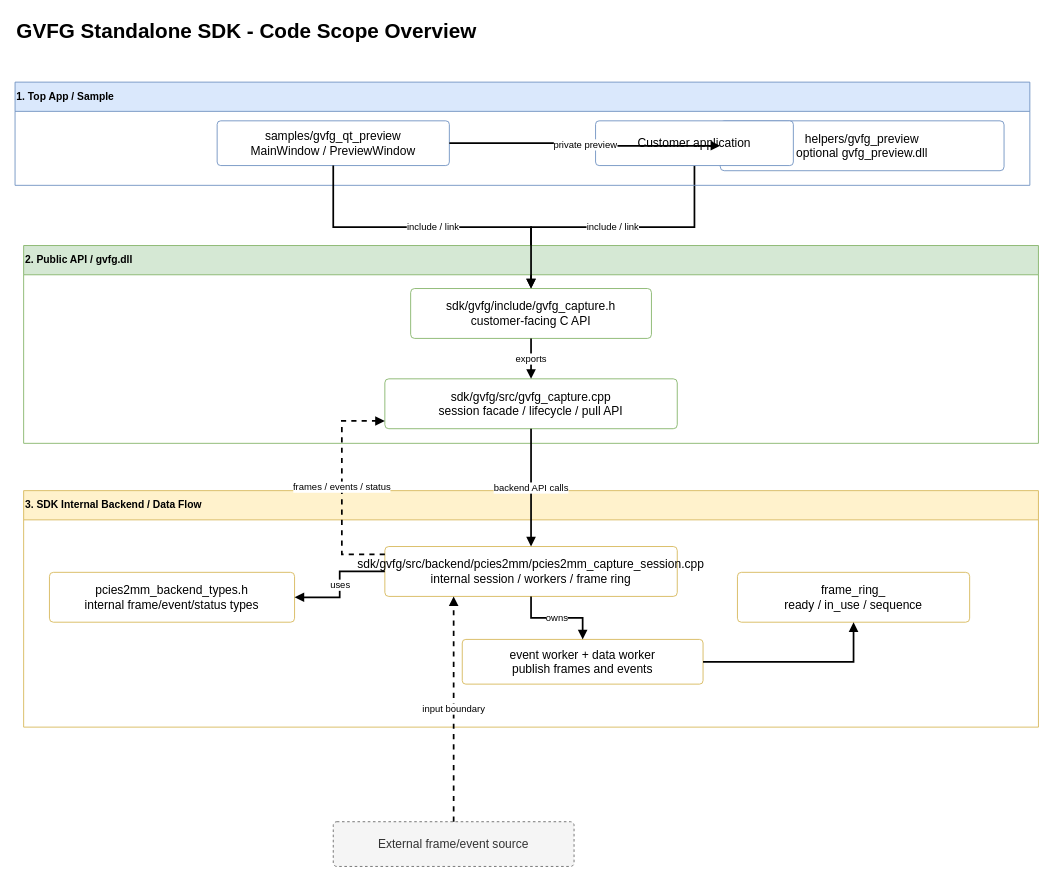
The draw.io diagram docs/GVFG_ARCHITECTURE_OVERVIEW.drawio in MarquezLin/GVFG_Standalone, before the edit. Source tidied: cells renumbered, new cells numbered last; positions are measured from the earlier drawing's top-left corner, leaving out a move shared by most shapes. Both pictures are drawn from the tidied source at 86%, with x=0, y=0 at pixel (15, 15).
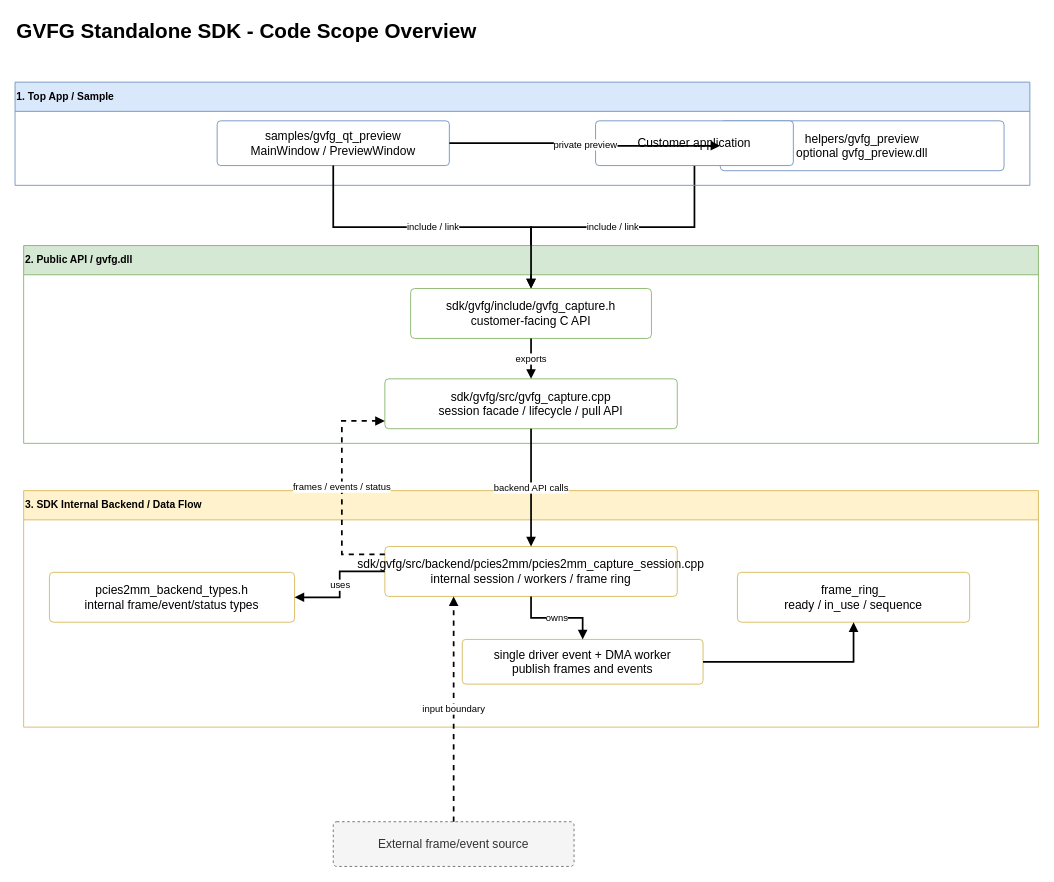
Above is the later version.

Unchanged cells that the change refers to:
```xml
<mxCell id="8" value="3. SDK Internal Backend / Data Flow" style="swimlane;html=1;startSize=34;horizontal=1;fillColor=#fff2cc;strokeColor=#d6b656;fontStyle=1;align=left;" parent="1" vertex="1">
  <mxGeometry x="10" y="553" width="1180" height="275" as="geometry" />
</mxCell>
```

Diff of the diagram source:
```diff
@@
-    <mxCell id="10" value="event worker + data worker&lt;br&gt;publish frames and events" style="rounded=1;whiteSpace=wrap;html=1;arcSize=8;fillColor=#ffffff;strokeColor=#d6b656;fontSize=14;" parent="8" vertex="1">
+    <mxCell id="10" value="single driver event + DMA worker&lt;br&gt;publish frames and events" style="rounded=1;whiteSpace=wrap;html=1;arcSize=8;fillColor=#ffffff;strokeColor=#d6b656;fontSize=14;" parent="8" vertex="1">
       <mxGeometry x="510" y="173" width="280" height="52" as="geometry" />
     </mxCell>
```
